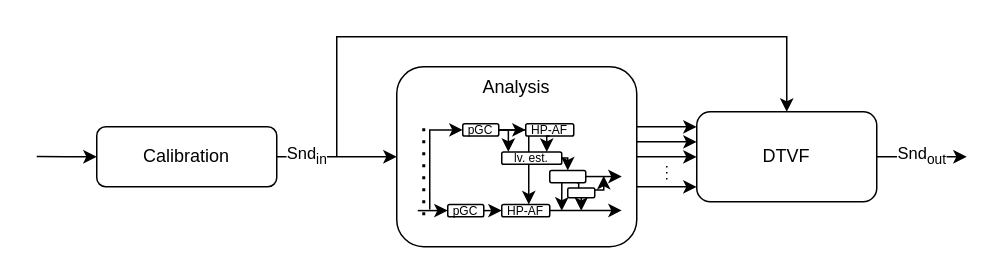
This is WHIS-Blockdiagramm.drawio from dirkbr/draw.io, a draw.io file, before an edit. Source tidied: cells renumbered, new cells numbered last; positions are measured from the earlier drawing's top-left corner, leaving out a move shared by most shapes. Both pictures are drawn from the tidied source at 150%, with x=0, y=0 at pixel (36, 36).
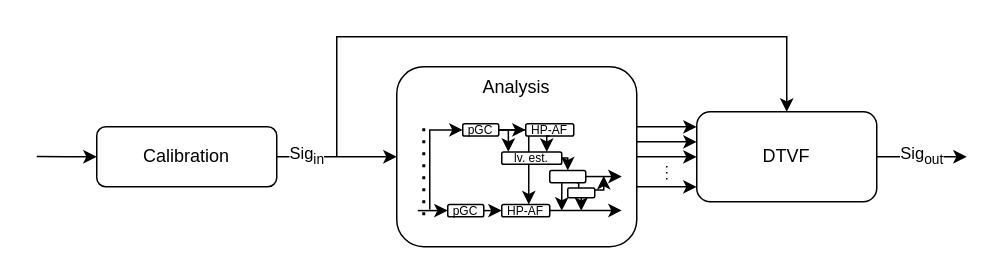
Above is the later version.

Unchanged cells that the change refers to:
```xml
<mxCell id="2" value="Analysis" style="rounded=1;whiteSpace=wrap;html=1;verticalAlign=top;" parent="1" vertex="1">
  <mxGeometry x="240" y="20" width="160" height="120" as="geometry" />
</mxCell>
<mxCell id="5" value="Calibration" style="rounded=1;whiteSpace=wrap;html=1;" parent="1" vertex="1">
  <mxGeometry x="40" y="60" width="120" height="40" as="geometry" />
</mxCell>
<mxCell id="9" value="DTVF" style="rounded=1;whiteSpace=wrap;html=1;verticalAlign=middle;" parent="1" vertex="1">
  <mxGeometry x="440" y="50" width="120" height="60" as="geometry" />
</mxCell>
```

What changed in the source:
```diff
@@
-    <mxCell id="3" value="Snd&lt;sub&gt;in&lt;/sub&gt;" style="edgeStyle=orthogonalEdgeStyle;rounded=0;jettySize=auto;html=1;exitX=1;exitY=0.5;exitDx=0;exitDy=0;entryX=0;entryY=0.5;entryDx=0;entryDy=0;" parent="1" edge="1" source="5" target="2">
+    <mxCell id="3" value="Sig&lt;sub&gt;in&lt;/sub&gt;" style="edgeStyle=orthogonalEdgeStyle;rounded=0;jettySize=auto;html=1;exitX=1;exitY=0.5;exitDx=0;exitDy=0;entryX=0;entryY=0.5;entryDx=0;entryDy=0;" parent="1" edge="1" source="5" target="2">
       <mxGeometry x="-0.5" relative="1" as="geometry" />
     </mxCell>
@@
-    <mxCell id="7" value="Snd&lt;sub&gt;out&lt;/sub&gt;" style="edgeStyle=orthogonalEdgeStyle;rounded=0;jettySize=auto;html=1;exitX=1;exitY=0.5;exitDx=0;exitDy=0;" parent="1" edge="1" source="9">
+    <mxCell id="7" value="Sig&lt;sub&gt;out&lt;/sub&gt;" style="edgeStyle=orthogonalEdgeStyle;rounded=0;jettySize=auto;html=1;exitX=1;exitY=0.5;exitDx=0;exitDy=0;" parent="1" edge="1" source="9">
       <mxGeometry relative="1" as="geometry">
         <mxPoint x="620" y="80" as="targetPoint" />
       </mxGeometry>
     </mxCell>
```
